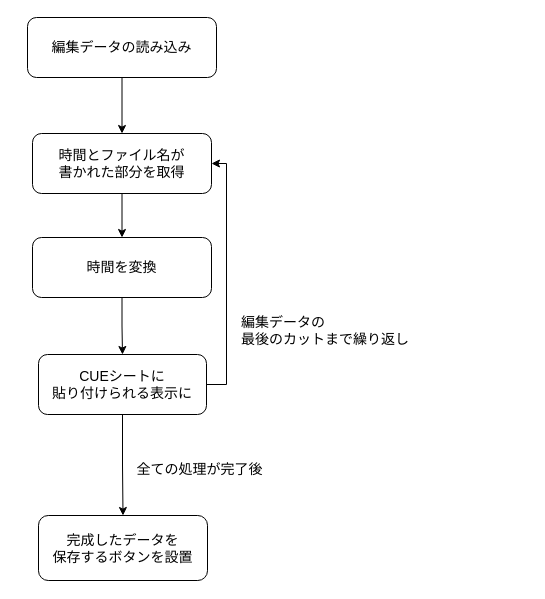
launchpencil/cue-automate keeps this draw.io diagram as Untitled Diagram.drawio. Above is the earlier version. Source tidied: cells renumbered, new cells numbered last; positions are measured from the earlier drawing's top-left corner, leaving out a move shared by most shapes. Both pictures are drawn from the tidied source at 100%, with x=0, y=0 at pixel (27, 17).
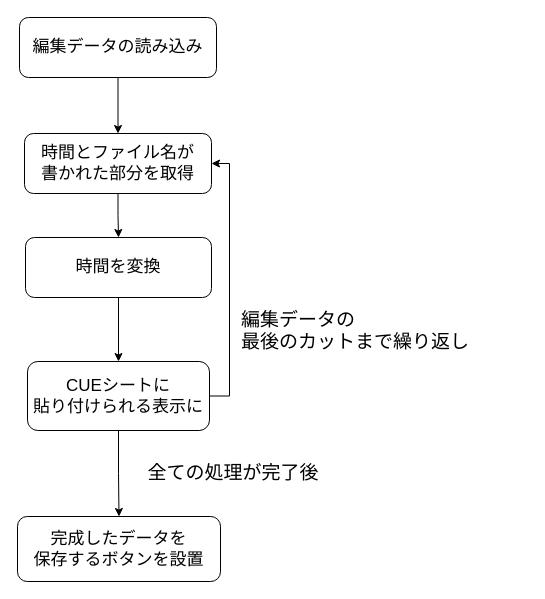
The same diagram, later.

Commit message:
Untitled Diagram.drawio を更新します

Diff of the diagram source:
```diff
@@
 <mxGraphModel>
   <root>
     <mxCell id="0" />
     <mxCell id="1" parent="0" />
-    <mxCell id="2" style="edgeStyle=orthogonalEdgeStyle;rounded=0;jettySize=auto;html=1;fontSize=14;" parent="1" edge="1" source="3" target="5">
+    <mxCell id="2" style="edgeStyle=orthogonalEdgeStyle;rounded=0;jettySize=auto;html=1;fontSize=17;" parent="1" edge="1" source="3" target="5">
       <mxGeometry relative="1" as="geometry" />
     </mxCell>
-    <mxCell id="3" value="編集データの読み込み" style="rounded=1;whiteSpace=wrap;html=1;fontSize=14;" parent="1" vertex="1">
-      <mxGeometry width="189" height="60" as="geometry" />
+    <mxCell id="3" value="編集データの読み込み" style="rounded=1;whiteSpace=wrap;html=1;fontSize=17;" parent="1" vertex="1">
+      <mxGeometry x="-8" width="197" height="60" as="geometry" />
     </mxCell>
-    <mxCell id="4" style="edgeStyle=orthogonalEdgeStyle;rounded=0;jettySize=auto;html=1;fontSize=14;" parent="1" edge="1" source="5" target="7">
+    <mxCell id="4" style="edgeStyle=orthogonalEdgeStyle;rounded=0;jettySize=auto;html=1;fontSize=17;" parent="1" edge="1" source="5" target="7">
       <mxGeometry relative="1" as="geometry" />
     </mxCell>
-    <mxCell id="5" value="時間とファイル名が&lt;div style=&quot;font-size: 14px;&quot;&gt;書かれた部分を取得&lt;/div&gt;" style="rounded=1;whiteSpace=wrap;html=1;fontSize=14;" parent="1" vertex="1">
-      <mxGeometry x="5" y="116" width="179" height="60" as="geometry" />
+    <mxCell id="5" value="時間とファイル名が&lt;div style=&quot;font-size: 17px;&quot;&gt;書かれた部分を取得&lt;/div&gt;" style="rounded=1;whiteSpace=wrap;html=1;fontSize=17;" parent="1" vertex="1">
+      <mxGeometry x="-3" y="116" width="187" height="60" as="geometry" />
     </mxCell>
-    <mxCell id="6" style="edgeStyle=orthogonalEdgeStyle;rounded=0;jettySize=auto;html=1;fontSize=14;" parent="1" edge="1" source="7" target="10">
+    <mxCell id="6" style="edgeStyle=orthogonalEdgeStyle;rounded=0;jettySize=auto;html=1;fontSize=17;" parent="1" edge="1" source="7" target="10">
       <mxGeometry relative="1" as="geometry" />
     </mxCell>
-    <mxCell id="7" value="時間を変換" style="rounded=1;whiteSpace=wrap;html=1;fontSize=14;" parent="1" vertex="1">
-      <mxGeometry x="5" y="220" width="179" height="60" as="geometry" />
+    <mxCell id="7" value="時間を変換" style="rounded=1;whiteSpace=wrap;html=1;fontSize=17;" parent="1" vertex="1">
+      <mxGeometry x="-2" y="220" width="186" height="60" as="geometry" />
     </mxCell>
-    <mxCell id="8" style="edgeStyle=orthogonalEdgeStyle;rounded=0;jettySize=auto;html=1;entryX=1;entryY=0.5;entryDx=0;entryDy=0;exitX=1;exitY=0.5;exitDx=0;exitDy=0;fontSize=14;" parent="1" edge="1" source="10" target="5">
+    <mxCell id="8" style="edgeStyle=orthogonalEdgeStyle;rounded=0;jettySize=auto;html=1;entryX=1;entryY=0.5;entryDx=0;entryDy=0;exitX=1;exitY=0.5;exitDx=0;exitDy=0;fontSize=17;" parent="1" edge="1" source="10" target="5">
       <mxGeometry relative="1" as="geometry" />
     </mxCell>
-    <mxCell id="9" style="edgeStyle=orthogonalEdgeStyle;rounded=0;jettySize=auto;html=1;fontSize=14;" parent="1" edge="1" source="10" target="12">
+    <mxCell id="9" style="edgeStyle=orthogonalEdgeStyle;rounded=0;jettySize=auto;html=1;fontSize=17;" parent="1" edge="1" source="10" target="12">
       <mxGeometry relative="1" as="geometry" />
     </mxCell>
-    <mxCell id="10" value="CUEシートに&lt;div style=&quot;font-size: 14px;&quot;&gt;貼り付けられる表示に&lt;/div&gt;" style="rounded=1;whiteSpace=wrap;html=1;fontSize=14;" parent="1" vertex="1">
-      <mxGeometry x="11" y="337" width="168" height="60" as="geometry" />
+    <mxCell id="10" value="CUEシートに&lt;div style=&quot;font-size: 17px;&quot;&gt;貼り付けられる表示に&lt;/div&gt;" style="rounded=1;whiteSpace=wrap;html=1;fontSize=17;" parent="1" vertex="1">
+      <mxGeometry y="344" width="182" height="69" as="geometry" />
     </mxCell>
-    <mxCell id="11" value="編集データの&lt;div&gt;最後のカットまで繰り返し&lt;/div&gt;" style="text;strokeColor=none;fillColor=none;align=left;verticalAlign=middle;spacingLeft=4;spacingRight=4;overflow=hidden;whiteSpace=wrap;html=1;fontSize=14;" parent="1" vertex="1">
-      <mxGeometry x="208" y="289" width="201" height="48" as="geometry" />
+    <mxCell id="11" value="編集データの&lt;div style=&quot;font-size: 19px;&quot;&gt;最後のカットまで繰り返し&lt;/div&gt;" style="text;strokeColor=none;fillColor=none;align=left;verticalAlign=middle;spacingLeft=4;spacingRight=4;overflow=hidden;whiteSpace=wrap;html=1;fontSize=19;" parent="1" vertex="1">
+      <mxGeometry x="208" y="289" width="292" height="48" as="geometry" />
     </mxCell>
-    <mxCell id="12" value="完成したデータを&lt;div style=&quot;font-size: 14px;&quot;&gt;保存するボタンを設置&lt;/div&gt;" style="rounded=1;whiteSpace=wrap;html=1;fontSize=14;" parent="1" vertex="1">
-      <mxGeometry x="11" y="498" width="169" height="65" as="geometry" />
+    <mxCell id="12" value="完成したデータを&lt;div style=&quot;font-size: 17px;&quot;&gt;保存するボタンを設置&lt;/div&gt;" style="rounded=1;whiteSpace=wrap;html=1;fontSize=17;" parent="1" vertex="1">
+      <mxGeometry x="-10" y="499" width="203" height="65" as="geometry" />
     </mxCell>
-    <mxCell id="13" value="全ての処理が完了後" style="text;html=1;align=center;verticalAlign=middle;whiteSpace=wrap;rounded=0;fontSize=14;" parent="1" vertex="1">
-      <mxGeometry x="106" y="437" width="133" height="30" as="geometry" />
+    <mxCell id="13" value="全ての処理が完了後" style="text;html=1;align=center;verticalAlign=middle;whiteSpace=wrap;rounded=0;fontSize=19;" parent="1" vertex="1">
+      <mxGeometry x="116" y="441" width="180" height="30" as="geometry" />
     </mxCell>
   </root>
 </mxGraphModel>
```
